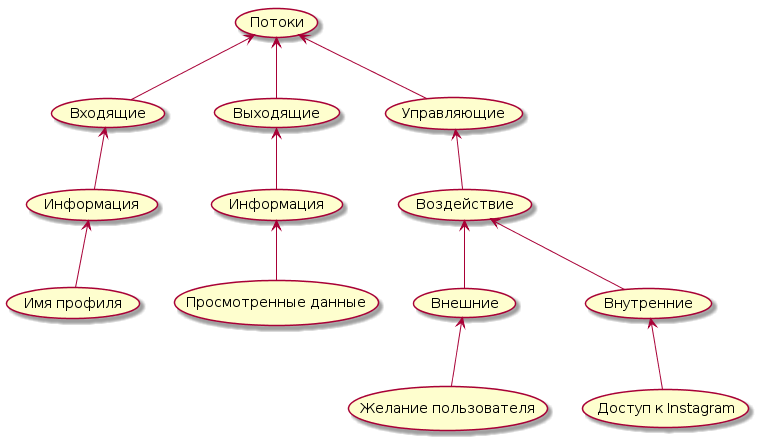
Above: umlstreams.png in rf3d/kossov.github.io (PlantUML), before the change.
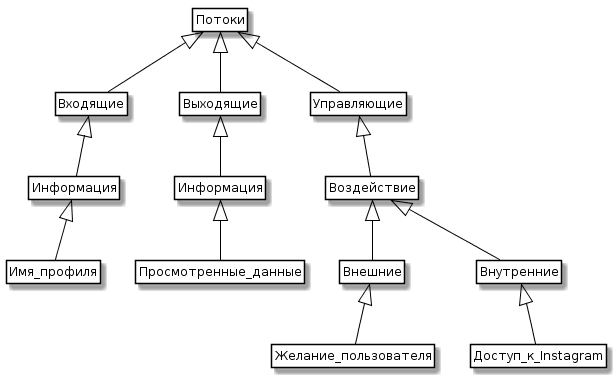
The same diagram one commit later.

The edit, as a diff of the source:
```diff
@@ -1,14 +1,36 @@
 @startuml
-(Информация) <-- (Имя профиля)
-(Инфoрмация) <-- (Просмотренные данные)
-(Входящие) <-- (Информация)
-(Выходящие) <-- (Инфoрмация)
-(Потоки) <-- (Входящие)
-(Потоки) <-- (Выходящие)
-(Потоки) <-- (Управляющие)
-(Управляющие) <-- (Воздействие)
-(Воздействие) <-- (Внешние)
-(Воздействие) <-- (Внутренние)
-(Внешние) <-- (Желание пользователя)
-(Внутренние) <-- (Доступ к Instagram)
+skinparam class {
+	BackgroundColor White
+	ArrowColor Black
+	BorderColor Black
+}
+class Потоки
+class Входящие
+class Выходящие
+class Управляющие
+class Информация
+class Воздействие
+class Имя_профиля
+class Просмотренные_данные
+class Внешние
+class Внутренние
+class Желание_пользователя
+class Доступ_к_Instagram
+class Инфoрмация
+
+Информация <|-- Имя_профиля
+Инфoрмация <|-- Просмотренные_данные
+Входящие <|-- Информация
+Выходящие <|-- Инфoрмация
+Потоки <|-- Входящие
+Потоки <|-- Выходящие
+Потоки <|-- Управляющие
+Управляющие <|-- Воздействие
+Воздействие <|-- Внешние
+Воздействие <|-- Внутренние
+Внешние <|-- Желание_пользователя
+Внутренние <|-- Доступ_к_Instagram
+hide members
+hide circle
+hide methods
 @enduml
```
